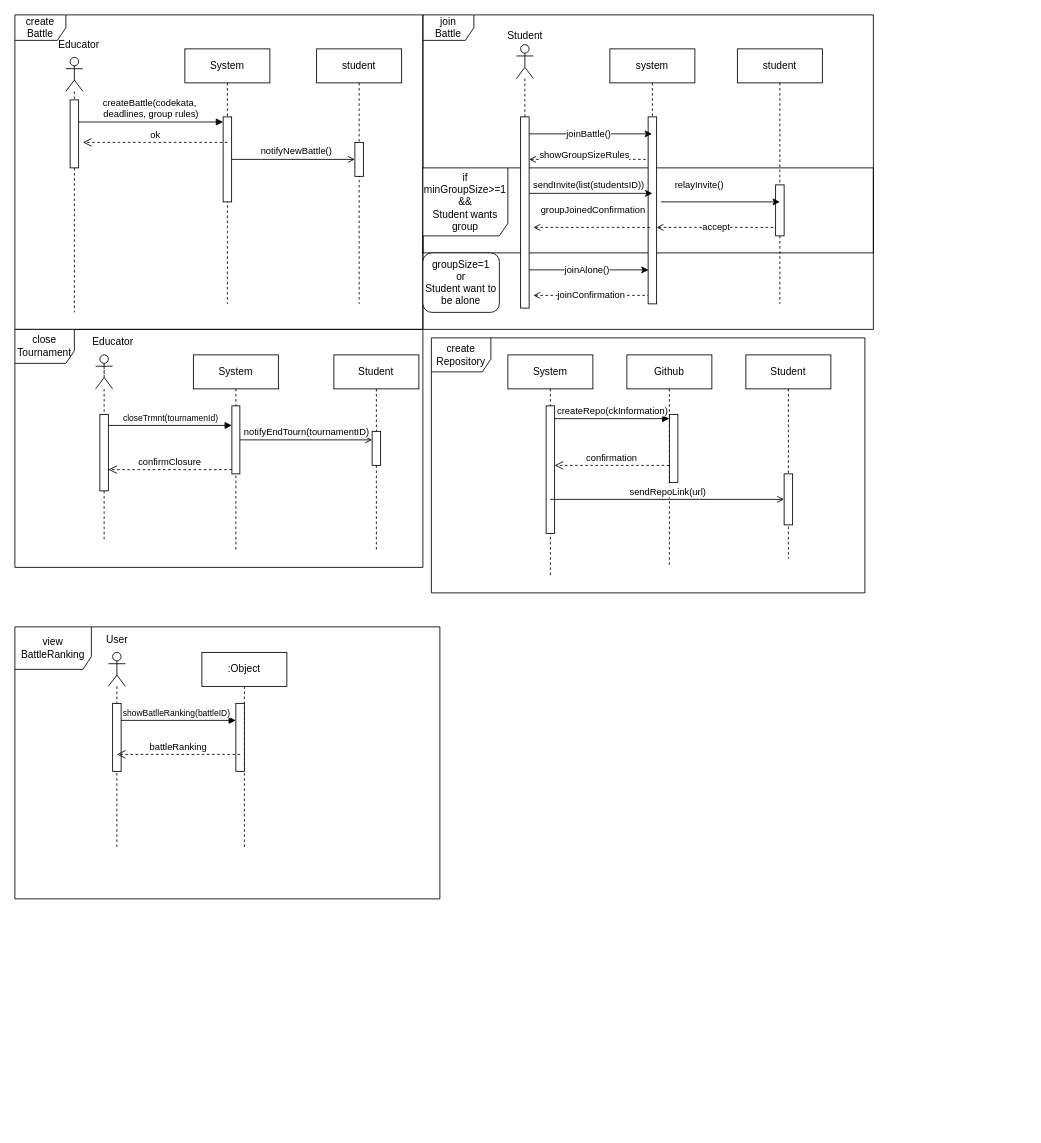
FedericoValentino/SE2-ValentinoZarbo keeps this draw.io diagram as SequenceDiagrams/SequenceNico.drawio. Above is the earlier version. Source tidied: cells renumbered, new cells numbered last; positions are measured from the earlier drawing's top-left corner, leaving out a move shared by most shapes. Both pictures are drawn from the tidied source at 85%, with x=0, y=0 at pixel (14, 14).
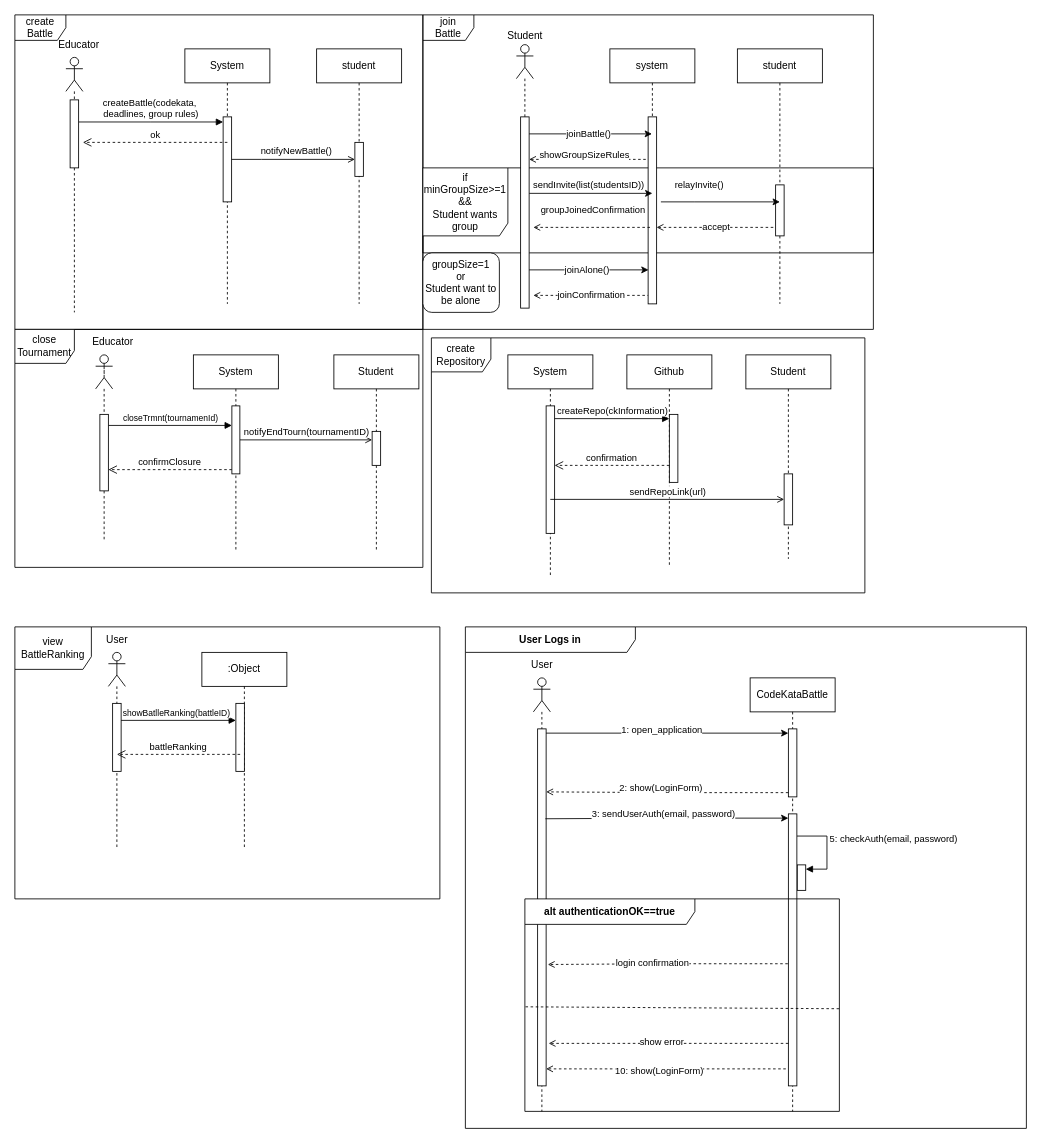
The same page after the edit.

Commit message:
login seq diagram added

Change to the diagram source:
```diff
@@
+    <mxCell id="61" value="&lt;b&gt;User Logs in&lt;br&gt;&lt;/b&gt;" style="shape=umlFrame;whiteSpace=wrap;html=1;width=200;height=30;" parent="1" vertex="1">
+      <mxGeometry x="530" y="720" width="660" height="590" as="geometry" />
+    </mxCell>
@@
+    <mxCell id="62" style="shape=umlLifeline;perimeter=lifelinePerimeter;whiteSpace=wrap;html=1;outlineConnect=0;portConstraint=eastwest;newEdgeStyle={&quot;curved&quot;:0,&quot;rounded&quot;:0};participant=umlActor;" parent="1" vertex="1">
+      <mxGeometry x="610" y="780" width="20" height="510" as="geometry" />
+    </mxCell>
+    <mxCell id="63" style="html=1;points=[[0,0,0,0,5],[0,0.5,0,0,0],[0,1,0,0,-5],[1,0,0,0,5],[1,0.5,0,0,0],[1,1,0,0,-5]];perimeter=orthogonalPerimeter;outlineConnect=0;targetShapes=umlLifeline;portConstraint=eastwest;newEdgeStyle={&quot;curved&quot;:0,&quot;rounded&quot;:0};" parent="62" vertex="1">
+      <mxGeometry x="5" y="60" width="10" height="420" as="geometry" />
+    </mxCell>
+    <mxCell id="64" value="CodeKataBattle" style="shape=umlLifeline;perimeter=lifelinePerimeter;whiteSpace=wrap;html=1;newEdgeStyle={&quot;curved&quot;:0,&quot;rounded&quot;:0};" parent="1" vertex="1">
+      <mxGeometry x="865" y="780" width="100" height="510" as="geometry" />
+    </mxCell>
+    <mxCell id="65" style="html=1;points=[[0,0,0,0,5],[0,1,0,0,-5],[1,0,0,0,5],[1,1,0,0,-5]];perimeter=orthogonalPerimeter;outlineConnect=0;targetShapes=umlLifeline;portConstraint=eastwest;newEdgeStyle={&quot;curved&quot;:0,&quot;rounded&quot;:0};" parent="64" vertex="1">
+      <mxGeometry x="45" y="60" width="10" height="80" as="geometry" />
+    </mxCell>
+    <mxCell id="66" style="html=1;points=[[0,0,0,0,5],[0,1,0,0,-5],[1,0,0,0,5],[1,1,0,0,-5]];perimeter=orthogonalPerimeter;outlineConnect=0;targetShapes=umlLifeline;portConstraint=eastwest;newEdgeStyle={&quot;curved&quot;:0,&quot;rounded&quot;:0};" parent="64" vertex="1">
+      <mxGeometry x="55.4" y="220" width="10" height="30" as="geometry" />
+    </mxCell>
+    <mxCell id="67" value="5: checkAuth(email, password)" style="html=1;align=left;spacingLeft=2;endArrow=block;rounded=0;edgeStyle=orthogonalEdgeStyle;curved=0;rounded=0;exitX=0.546;exitY=0.365;exitDx=0;exitDy=0;exitPerimeter=0;entryX=1;entryY=0;entryDx=0;entryDy=5;entryPerimeter=0;" parent="64" edge="1" target="66">
+      <mxGeometry x="-0.21" relative="1" as="geometry">
+        <mxPoint x="55" y="186.1" as="sourcePoint" />
+        <Array as="points">
+          <mxPoint x="90.4" y="186" />
+          <mxPoint x="90.4" y="225" />
+        </Array>
+      </mxGeometry>
+    </mxCell>
+    <mxCell id="68" style="edgeStyle=orthogonalEdgeStyle;rounded=0;jettySize=auto;html=1;curved=0;exitX=1;exitY=0;exitDx=0;exitDy=5;exitPerimeter=0;entryX=0;entryY=0;entryDx=0;entryDy=5;entryPerimeter=0;" parent="1" edge="1" source="63" target="65">
+      <mxGeometry relative="1" as="geometry" />
+    </mxCell>
+    <mxCell id="69" value="1: open_application" style="edgeLabel;html=1;align=center;verticalAlign=middle;" parent="68" vertex="1">
+      <mxGeometry x="-0.19" relative="1" as="geometry">
+        <mxPoint x="20" y="-5" as="offset" />
+      </mxGeometry>
+    </mxCell>
+    <mxCell id="70" style="edgeStyle=orthogonalEdgeStyle;rounded=0;jettySize=auto;html=1;curved=0;exitX=0;exitY=1;exitDx=0;exitDy=-5;exitPerimeter=0;dashed=1;endArrow=open;endFill=0;entryX=0.755;entryY=0.263;entryDx=0;entryDy=0;entryPerimeter=0;" parent="1" edge="1" source="65" target="62">
+      <mxGeometry relative="1" as="geometry" />
+    </mxCell>
+    <mxCell id="71" value="2: show(LoginForm)" style="edgeLabel;html=1;align=center;verticalAlign=middle;" parent="70" vertex="1">
+      <mxGeometry x="0.16" y="1" relative="1" as="geometry">
+        <mxPoint x="15" y="-6" as="offset" />
+      </mxGeometry>
+    </mxCell>
+    <mxCell id="72" style="edgeStyle=orthogonalEdgeStyle;rounded=0;jettySize=auto;html=1;curved=0;entryX=0.707;entryY=0.325;entryDx=0;entryDy=0;entryPerimeter=0;startArrow=classic;startFill=1;endArrow=none;endFill=0;exitX=0;exitY=0;exitDx=0;exitDy=5;exitPerimeter=0;" parent="1" edge="1" source="76" target="62">
+      <mxGeometry relative="1" as="geometry" />
+    </mxCell>
+    <mxCell id="73" value="3: sendUserAuth(email, password)" style="edgeLabel;html=1;align=center;verticalAlign=middle;" parent="72" vertex="1">
+      <mxGeometry x="0.03" relative="1" as="geometry">
+        <mxPoint y="-6" as="offset" />
+      </mxGeometry>
+    </mxCell>
+    <mxCell id="74" style="edgeStyle=orthogonalEdgeStyle;rounded=0;jettySize=auto;html=1;curved=0;entryX=1.2;entryY=0.66;entryDx=0;entryDy=0;entryPerimeter=0;exitX=-0.062;exitY=0.551;exitDx=0;exitDy=0;exitPerimeter=0;dashed=1;endArrow=open;endFill=0;" parent="1" edge="1" source="76" target="63">
+      <mxGeometry relative="1" as="geometry" />
+    </mxCell>
+    <mxCell id="75" value="login confirmation" style="edgeLabel;html=1;align=center;verticalAlign=middle;" parent="74" vertex="1">
+      <mxGeometry x="0.14" y="-2" relative="1" as="geometry" />
+    </mxCell>
+    <mxCell id="76" style="html=1;points=[[0,0,0,0,5],[0,1,0,0,-5],[1,0,0,0,5],[1,1,0,0,-5]];perimeter=orthogonalPerimeter;outlineConnect=0;targetShapes=umlLifeline;portConstraint=eastwest;newEdgeStyle={&quot;curved&quot;:0,&quot;rounded&quot;:0};" parent="1" vertex="1">
+      <mxGeometry x="910" y="940" width="10" height="320" as="geometry" />
+    </mxCell>
+    <mxCell id="77" style="endArrow=none;dashed=1;html=1;rounded=0;entryX=1.006;entryY=0.517;entryDx=0;entryDy=0;entryPerimeter=0;exitX=0.002;exitY=0.508;exitDx=0;exitDy=0;exitPerimeter=0;" parent="1" edge="1" source="83" target="83">
+      <mxGeometry relative="1" as="geometry" />
+    </mxCell>
+    <mxCell id="78" style="edgeStyle=orthogonalEdgeStyle;rounded=0;orthogonalLoop=1;jettySize=auto;html=1;curved=0;entryX=1.248;entryY=0.657;entryDx=0;entryDy=0;entryPerimeter=0;exitX=-0.062;exitY=0.551;exitDx=0;exitDy=0;exitPerimeter=0;dashed=1;endArrow=open;endFill=0;" parent="1" edge="1">
+      <mxGeometry relative="1" as="geometry">
+        <mxPoint x="910" y="1210" as="sourcePoint" />
+        <mxPoint x="628" y="1210" as="targetPoint" />
+      </mxGeometry>
+    </mxCell>
+    <mxCell id="79" value="show error" style="edgeLabel;html=1;align=center;verticalAlign=middle;" parent="78" vertex="1">
+      <mxGeometry x="0.42" y="-3" relative="1" as="geometry">
+        <mxPoint x="50" as="offset" />
+      </mxGeometry>
+    </mxCell>
+    <mxCell id="80" style="edgeStyle=orthogonalEdgeStyle;rounded=0;orthogonalLoop=1;jettySize=auto;html=1;curved=0;entryX=1.248;entryY=0.657;entryDx=0;entryDy=0;entryPerimeter=0;exitX=-0.062;exitY=0.551;exitDx=0;exitDy=0;exitPerimeter=0;dashed=1;endArrow=open;endFill=0;" parent="1" edge="1">
+      <mxGeometry relative="1" as="geometry">
+        <mxPoint x="907" y="1240" as="sourcePoint" />
+        <mxPoint x="625" y="1240" as="targetPoint" />
+      </mxGeometry>
+    </mxCell>
+    <mxCell id="81" value="10: show(LoginForm)" style="edgeLabel;html=1;align=center;verticalAlign=middle;" parent="80" vertex="1">
+      <mxGeometry x="0.24" y="1" relative="1" as="geometry">
+        <mxPoint x="25" as="offset" />
+      </mxGeometry>
+    </mxCell>
+    <mxCell id="82" value="User" style="text;html=1;align=center;verticalAlign=middle;strokeColor=none;fillColor=none;" parent="1" vertex="1">
+      <mxGeometry x="595" y="750" width="50" height="30" as="geometry" />
+    </mxCell>
+    <mxCell id="83" value="&lt;b&gt;alt authenticationOK==true&lt;br&gt;&lt;/b&gt;" style="shape=umlFrame;whiteSpace=wrap;html=1;width=200;height=30;" parent="1" vertex="1">
+      <mxGeometry x="600" y="1040" width="370" height="250" as="geometry" />
+    </mxCell>
```
